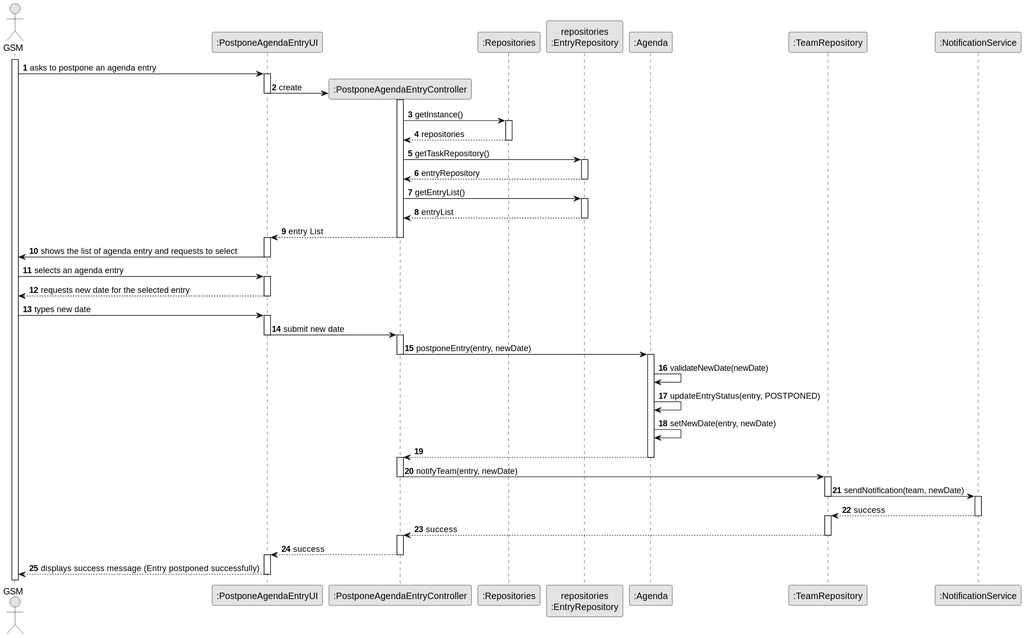
The PlantUML diagram docs/sprintC/us024/03.design/svg/us024-sequence-diagram-full.svg in ricardomm7/leaflink, before a commit.
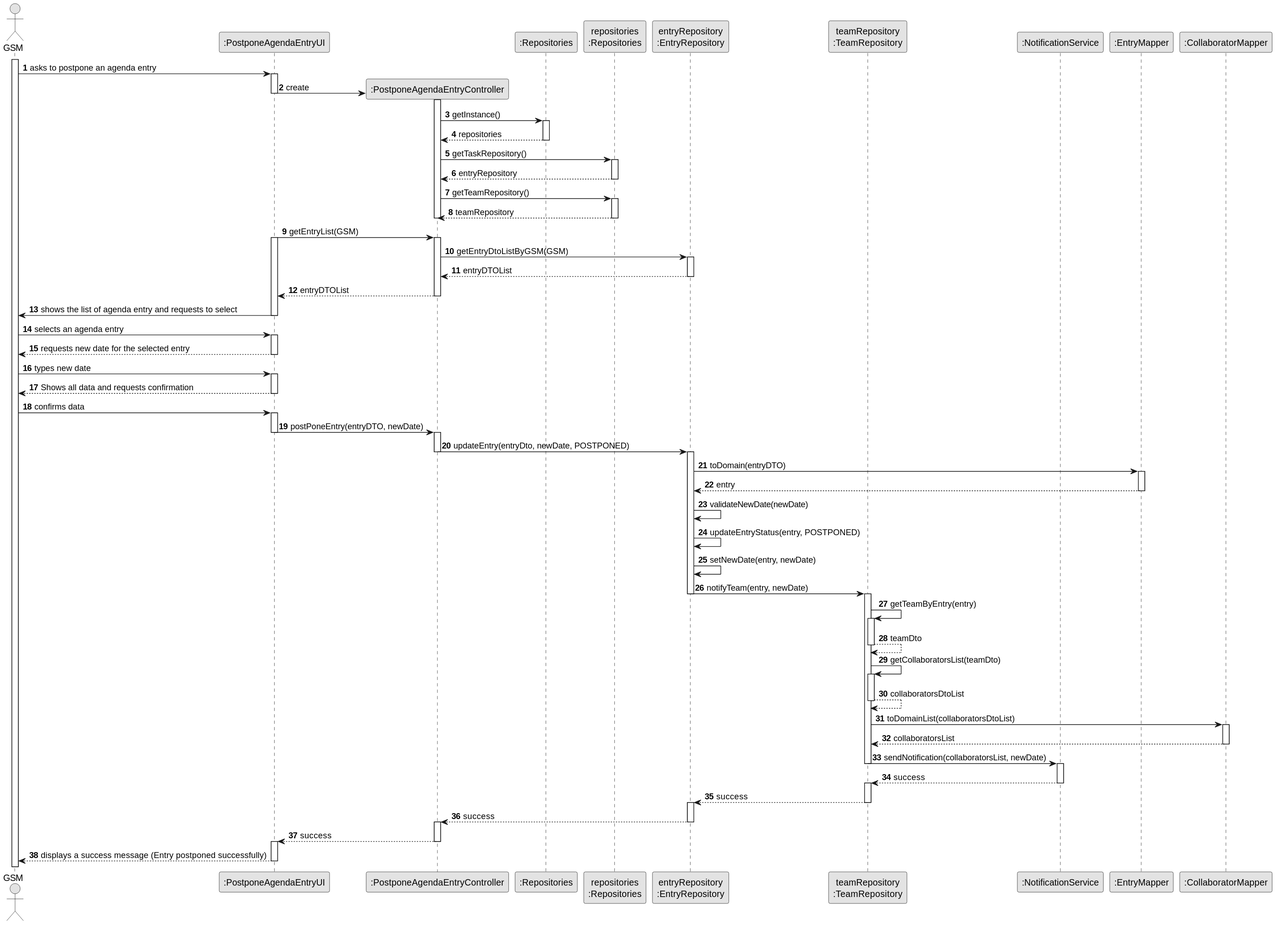
Above is the later version.

Diff of the diagram source:
```diff
@@ -9,17 +9,20 @@
 participant ":PostponeAgendaEntryUI" as UI
 participant ":PostponeAgendaEntryController" as CTRL
 participant ":Repositories" as RepositorySingleton
-participant "repositories\n:EntryRepository" as EntryRepo
-participant ":Agenda" as Agenda
-participant ":TeamRepository" as TeamRepo
+participant "repositories\n:Repositories" as PLAT
+participant "entryRepository\n:EntryRepository" as EntryRepo
+participant "teamRepository\n:TeamRepository" as TeamRepo
 participant ":NotificationService" as NotificationService
+participant ":EntryMapper" as EntryMapper
+participant ":CollaboratorMapper" as CollaboratorMapper
+
 
 activate GSM
 
     GSM -> UI : asks to postpone an agenda entry
     activate UI
 
-        UI -> CTRL** : create
+        UI -> CTRL **: create
         deactivate UI
         activate CTRL
 
@@ -29,21 +32,34 @@
                 RepositorySingleton --> CTRL : repositories
             deactivate RepositorySingleton
 
-            CTRL -> EntryRepo : getTaskRepository()
+            CTRL -> PLAT : getTaskRepository()
+            activate PLAT
+
+                PLAT --> CTRL : entryRepository
+            deactivate PLAT
+
+            CTRL -> PLAT : getTeamRepository()
+            activate PLAT
+
+            PLAT --> CTRL : teamRepository
+            deactivate PLAT
+             deactivate CTRL
+
+        deactivate UI
+
+        UI -> CTRL: getEntryList(GSM)
+        activate UI
+        activate CTRL
+
+            CTRL -> EntryRepo: getEntryDtoListByGSM(GSM)
             activate EntryRepo
 
-                EntryRepo --> CTRL : entryRepository
+
+            EntryRepo --> CTRL : entryDTOList
             deactivate EntryRepo
 
-            CTRL -> EntryRepo :getEntryList()
-            activate EntryRepo
-
-            EntryRepo --> CTRL : entryList
-            deactivate EntryRepo
-
-            CTRL --> UI : entry List
+            CTRL --> UI : entryDTOList
         deactivate CTRL
-        activate UI
 
         UI -> GSM : shows the list of agenda entry and requests to select
     deactivate UI
@@ -57,42 +73,75 @@
     GSM -> UI : types new date
     activate UI
 
-        UI -> CTRL : submit new date
+    UI --> GSM : Shows all data and requests confirmation
+    deactivate UI
+
+    GSM -> UI: confirms data
+    activate UI
+
+        UI -> CTRL : postPoneEntry(entryDTO, newDate)
         deactivate UI
         activate CTRL
 
-            CTRL -> Agenda : postponeEntry(entry, newDate)
+
+            CTRL -> EntryRepo : updateEntry(entryDto, newDate, POSTPONED)
             deactivate CTRL
-            activate Agenda
+            activate EntryRepo
 
-                Agenda -> Agenda : validateNewDate(newDate)
-                Agenda -> Agenda : updateEntryStatus(entry, POSTPONED)
-                Agenda -> Agenda : setNewDate(entry, newDate)
+            EntryRepo -> EntryMapper : toDomain(entryDTO)
+            activate EntryMapper
 
-                Agenda --> CTRL :
-            deactivate Agenda
-            activate CTRL
+            EntryMapper --> EntryRepo : entry
+            deactivate EntryMapper
 
-            CTRL -> TeamRepo : notifyTeam(entry, newDate)
-            deactivate CTRL
-            activate TeamRepo
+                EntryRepo -> EntryRepo : validateNewDate(newDate)
+                EntryRepo -> EntryRepo : updateEntryStatus(entry, POSTPONED)
+                EntryRepo -> EntryRepo : setNewDate(entry, newDate)
 
-                TeamRepo -> NotificationService : sendNotification(team, newDate)
-                deactivate TeamRepo
-                activate NotificationService
+            EntryRepo -> TeamRepo : notifyTeam(entry, newDate)
+            deactivate EntryRepo
 
-                    NotificationService --> TeamRepo : success
-                deactivate NotificationService
+                deactivate EntryRepo
                 activate TeamRepo
 
-            TeamRepo --> CTRL : success
-            deactivate TeamRepo
-            activate CTRL
+                    TeamRepo -> TeamRepo : getTeamByEntry(entry)
+                    activate TeamRepo
 
-            CTRL --> UI : success
-        deactivate CTRL
-        activate UI
+                    TeamRepo --> TeamRepo : teamDto
+                    deactivate TeamRepo
 
-        UI --> GSM : displays success message (Entry postponed successfully)
-    deactivate UI
+                    TeamRepo -> TeamRepo : getCollaboratorsList(teamDto)
+                    activate TeamRepo
+
+                    TeamRepo --> TeamRepo : collaboratorsDtoList
+                    deactivate TeamRepo
+
+                    TeamRepo -> CollaboratorMapper : toDomainList(collaboratorsDtoList)
+                    activate CollaboratorMapper
+
+                    CollaboratorMapper --> TeamRepo : collaboratorsList
+                    deactivate CollaboratorMapper
+
+                    TeamRepo -> NotificationService : sendNotification(collaboratorsList, newDate)
+                    deactivate TeamRepo
+                    activate NotificationService
+
+                        NotificationService --> TeamRepo : success
+                    deactivate NotificationService
+                    activate TeamRepo
+
+                TeamRepo --> EntryRepo : success
+                deactivate TeamRepo
+                activate EntryRepo
+
+        EntryRepo --> CTRL : success
+        deactivate EntryRepo
+        activate CTRL
+
+        CTRL --> UI : success
+    deactivate CTRL
+    activate UI
+
+    UI --> GSM : displays a success message (Entry postponed successfully)
+deactivate UI
 @enduml
```
